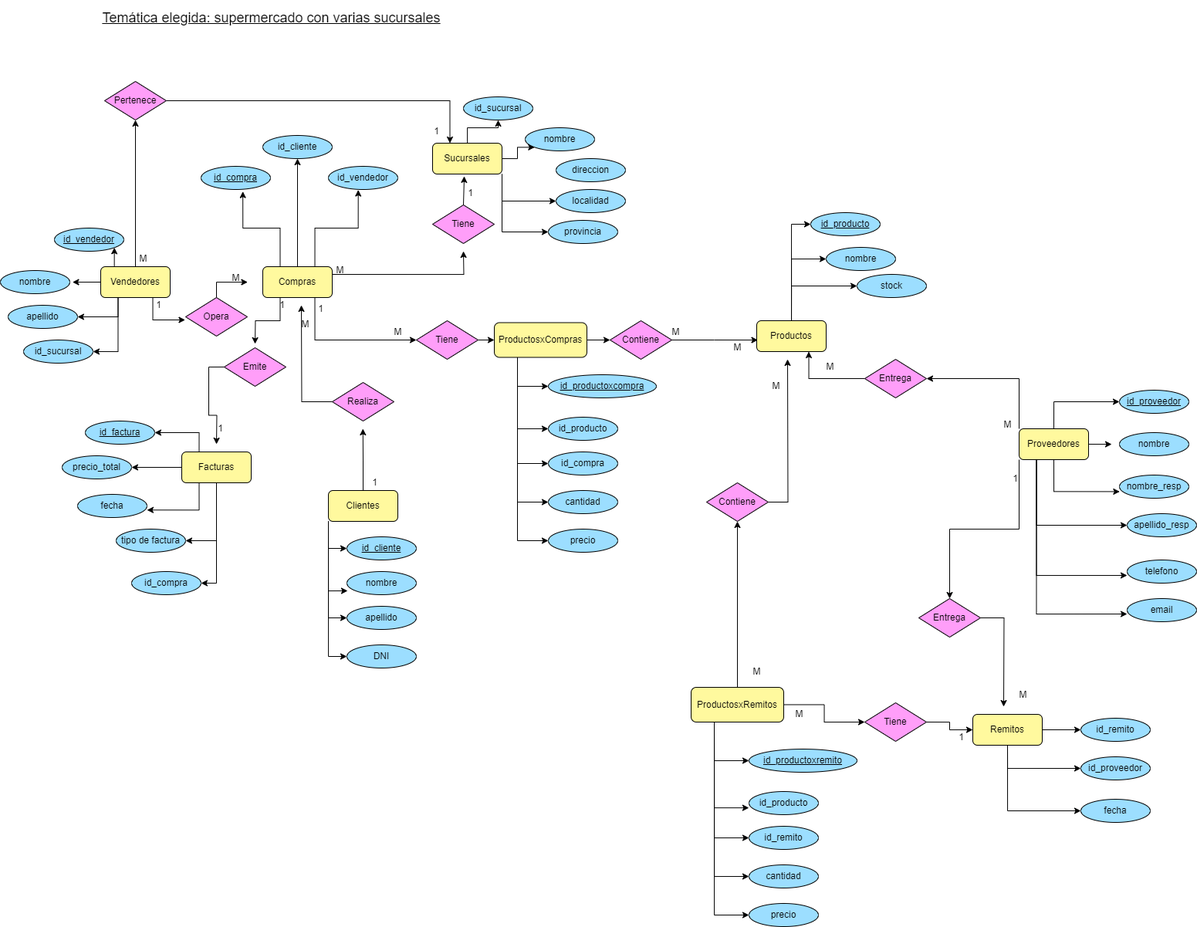
Before: DER-Curso-SQL.drawio.png, a diagram exported from draw.io (marcosegutierrez/proyecto-sql-coderhouse). Source tidied: cells renumbered, new cells last; positions are measured from the earlier drawing's top-left corner, leaving out a move shared by most shapes.
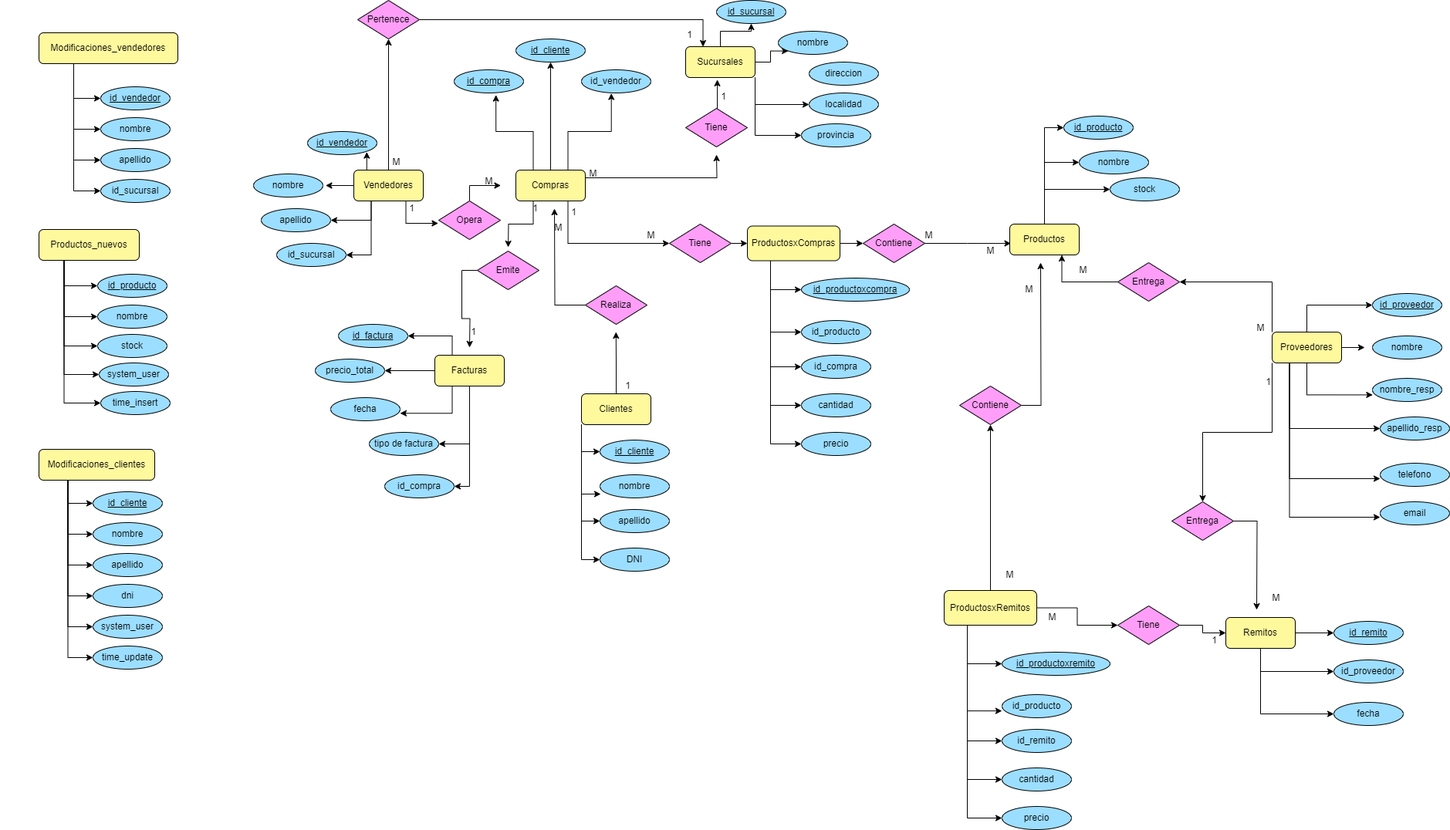
The same diagram one commit later.

What changed in the source:
```diff
@@ -2,8 +2,11 @@
   <root>
     <mxCell id="0" />
     <mxCell id="1" parent="0" />
-    <mxCell id="2" style="edgeStyle=orthogonalEdgeStyle;rounded=0;jettySize=auto;html=1;exitX=0.5;exitY=0;exitDx=0;exitDy=0;entryX=1;entryY=1;entryDx=0;entryDy=0;" parent="1" edge="1" source="6" target="28">
-      <mxGeometry relative="1" as="geometry" />
+    <mxCell id="2" style="edgeStyle=orthogonalEdgeStyle;rounded=0;orthogonalLoop=1;jettySize=auto;html=1;exitX=0.5;exitY=0;exitDx=0;exitDy=0;entryX=1;entryY=1;entryDx=0;entryDy=0;" parent="1" edge="1">
+      <mxGeometry relative="1" as="geometry">
+        <mxPoint x="175" y="346" as="sourcePoint" />
+        <mxPoint x="146.8" y="321.6" as="targetPoint" />
+      </mxGeometry>
     </mxCell>
     <mxCell id="3" style="edgeStyle=orthogonalEdgeStyle;rounded=0;jettySize=auto;html=1;exitX=0.25;exitY=1;exitDx=0;exitDy=0;entryX=1;entryY=0.5;entryDx=0;entryDy=0;" parent="1" edge="1" source="6" target="29">
       <mxGeometry relative="1" as="geometry" />
@@ -193,9 +196,6 @@
     <mxCell id="60" style="edgeStyle=orthogonalEdgeStyle;rounded=0;jettySize=auto;html=1;exitX=0.5;exitY=1;exitDx=0;exitDy=0;entryX=0.004;entryY=0.714;entryDx=0;entryDy=0;entryPerimeter=0;" parent="1" edge="1" source="26" target="59">
       <mxGeometry relative="1" as="geometry" />
     </mxCell>
-    <mxCell id="61" value="&lt;font style=&quot;font-size: 18px;&quot;&gt;&lt;u&gt;Temática elegida: supermercado con varias sucursales&lt;/u&gt;&lt;/font&gt;" style="text;html=1;strokeColor=none;fillColor=none;align=center;verticalAlign=middle;whiteSpace=wrap;rounded=0;" parent="1" vertex="1">
-      <mxGeometry x="109" width="485" height="45" as="geometry" />
-    </mxCell>
     <mxCell id="62" style="edgeStyle=orthogonalEdgeStyle;rounded=0;jettySize=auto;html=1;exitX=0.25;exitY=1;exitDx=0;exitDy=0;entryX=1;entryY=0.676;entryDx=0;entryDy=0;entryPerimeter=0;" parent="1" edge="1" source="15" target="48">
       <mxGeometry relative="1" as="geometry" />
     </mxCell>
@@ -247,7 +247,7 @@
     <mxCell id="78" value="Sucursales" style="rounded=1;whiteSpace=wrap;html=1;fillColor=#FFF99E;" parent="1" vertex="1">
       <mxGeometry x="560" y="185" width="90" height="40" as="geometry" />
     </mxCell>
-    <mxCell id="79" value="id_sucursal" style="ellipse;whiteSpace=wrap;html=1;fillColor=#9CDEFF;" parent="1" vertex="1">
+    <mxCell id="79" value="&lt;u&gt;id_sucursal&lt;/u&gt;" style="ellipse;whiteSpace=wrap;html=1;fillColor=#9CDEFF;" parent="1" vertex="1">
       <mxGeometry x="600" y="125" width="90" height="30" as="geometry" />
     </mxCell>
     <mxCell id="80" value="nombre" style="ellipse;whiteSpace=wrap;html=1;fillColor=#9CDEFF;" parent="1" vertex="1">
@@ -268,7 +268,7 @@
     <mxCell id="85" value="1" style="text;html=1;align=center;verticalAlign=middle;strokeColor=none;fillColor=none;" parent="1" vertex="1">
       <mxGeometry x="594" y="235" width="30" height="30" as="geometry" />
     </mxCell>
-    <mxCell id="86" value="id_cliente" style="ellipse;whiteSpace=wrap;html=1;fillColor=#9CDEFF;" parent="1" vertex="1">
+    <mxCell id="86" value="&lt;u&gt;id_cliente&lt;/u&gt;" style="ellipse;whiteSpace=wrap;html=1;fillColor=#9CDEFF;" parent="1" vertex="1">
       <mxGeometry x="340" y="175" width="90" height="30" as="geometry" />
     </mxCell>
     <mxCell id="87" value="id_vendedor" style="ellipse;whiteSpace=wrap;html=1;fillColor=#9CDEFF;" parent="1" vertex="1">
@@ -301,7 +301,7 @@
     <mxCell id="96" value="Remitos" style="rounded=1;whiteSpace=wrap;html=1;fillColor=#FFF99E;" parent="1" vertex="1">
       <mxGeometry x="1260" y="925" width="90" height="40" as="geometry" />
     </mxCell>
-    <mxCell id="97" value="id_remito" style="ellipse;whiteSpace=wrap;html=1;fillColor=#9CDEFF;" parent="1" vertex="1">
+    <mxCell id="97" value="&lt;u&gt;id_remito&lt;/u&gt;" style="ellipse;whiteSpace=wrap;html=1;fillColor=#9CDEFF;" parent="1" vertex="1">
       <mxGeometry x="1400" y="930" width="90" height="30" as="geometry" />
     </mxCell>
     <mxCell id="98" style="edgeStyle=orthogonalEdgeStyle;rounded=0;jettySize=auto;html=1;exitX=1;exitY=0.5;exitDx=0;exitDy=0;" parent="1" edge="1" source="99">
@@ -361,7 +361,7 @@
       <mxGeometry relative="1" as="geometry" />
     </mxCell>
     <mxCell id="116" value="Pertenece" style="rhombus;whiteSpace=wrap;html=1;fillColor=#FF9EF9;" parent="1" vertex="1">
-      <mxGeometry x="135" y="105" width="80" height="50" as="geometry" />
+      <mxGeometry x="135" y="125" width="80" height="50" as="geometry" />
     </mxCell>
     <mxCell id="117" value="localidad" style="ellipse;whiteSpace=wrap;html=1;fillColor=#9CDEFF;" parent="1" vertex="1">
       <mxGeometry x="720" y="245" width="90" height="30" as="geometry" />
@@ -473,5 +473,104 @@
     <mxCell id="152" value="1" style="text;html=1;align=center;verticalAlign=middle;strokeColor=none;fillColor=none;" parent="1" vertex="1">
       <mxGeometry x="1230" y="940" width="30" height="30" as="geometry" />
     </mxCell>
+    <mxCell id="153" style="edgeStyle=orthogonalEdgeStyle;rounded=0;jettySize=auto;html=1;exitX=0.25;exitY=1;exitDx=0;exitDy=0;entryX=0;entryY=0.5;entryDx=0;entryDy=0;" parent="1" edge="1" source="159" target="160">
+      <mxGeometry relative="1" as="geometry" />
+    </mxCell>
+    <mxCell id="154" style="edgeStyle=orthogonalEdgeStyle;rounded=0;jettySize=auto;html=1;exitX=0.25;exitY=1;exitDx=0;exitDy=0;entryX=0;entryY=0.5;entryDx=0;entryDy=0;" parent="1" edge="1" source="159" target="182">
+      <mxGeometry relative="1" as="geometry" />
+    </mxCell>
+    <mxCell id="155" style="edgeStyle=orthogonalEdgeStyle;rounded=0;jettySize=auto;html=1;exitX=0.25;exitY=1;exitDx=0;exitDy=0;entryX=0;entryY=0.5;entryDx=0;entryDy=0;" parent="1" edge="1" source="159" target="181">
+      <mxGeometry relative="1" as="geometry" />
+    </mxCell>
+    <mxCell id="156" style="edgeStyle=orthogonalEdgeStyle;rounded=0;jettySize=auto;html=1;exitX=0.25;exitY=1;exitDx=0;exitDy=0;entryX=0;entryY=0.5;entryDx=0;entryDy=0;" parent="1" edge="1" source="159" target="183">
+      <mxGeometry relative="1" as="geometry" />
+    </mxCell>
+    <mxCell id="157" style="edgeStyle=orthogonalEdgeStyle;rounded=0;jettySize=auto;html=1;exitX=0.25;exitY=1;exitDx=0;exitDy=0;entryX=0;entryY=0.5;entryDx=0;entryDy=0;" parent="1" edge="1" source="159" target="185">
+      <mxGeometry relative="1" as="geometry" />
+    </mxCell>
+    <mxCell id="158" style="edgeStyle=orthogonalEdgeStyle;rounded=0;jettySize=auto;html=1;exitX=0.25;exitY=1;exitDx=0;exitDy=0;entryX=0;entryY=0.5;entryDx=0;entryDy=0;" parent="1" edge="1" source="159" target="184">
+      <mxGeometry relative="1" as="geometry" />
+    </mxCell>
+    <mxCell id="159" value="Modificaciones_clientes" style="rounded=1;whiteSpace=wrap;html=1;fillColor=#FFF99E;" parent="1" vertex="1">
+      <mxGeometry x="-278" y="707" width="150" height="40" as="geometry" />
+    </mxCell>
+    <mxCell id="160" value="&lt;u&gt;id_cliente&lt;/u&gt;" style="ellipse;whiteSpace=wrap;html=1;fillColor=#9CDEFF;" parent="1" vertex="1">
+      <mxGeometry x="-208" y="762" width="90" height="30" as="geometry" />
+    </mxCell>
+    <mxCell id="161" style="edgeStyle=orthogonalEdgeStyle;rounded=0;jettySize=auto;html=1;exitX=0.25;exitY=1;exitDx=0;exitDy=0;entryX=0;entryY=0.5;entryDx=0;entryDy=0;" parent="1" edge="1" source="166" target="176">
+      <mxGeometry relative="1" as="geometry" />
+    </mxCell>
+    <mxCell id="162" style="edgeStyle=orthogonalEdgeStyle;rounded=0;jettySize=auto;html=1;exitX=0.25;exitY=1;exitDx=0;exitDy=0;entryX=0;entryY=0.5;entryDx=0;entryDy=0;" parent="1" edge="1" source="166" target="177">
+      <mxGeometry relative="1" as="geometry" />
+    </mxCell>
+    <mxCell id="163" style="edgeStyle=orthogonalEdgeStyle;rounded=0;jettySize=auto;html=1;exitX=0.25;exitY=1;exitDx=0;exitDy=0;entryX=0;entryY=0.5;entryDx=0;entryDy=0;" parent="1" edge="1" source="166" target="179">
+      <mxGeometry relative="1" as="geometry" />
+    </mxCell>
+    <mxCell id="164" style="edgeStyle=orthogonalEdgeStyle;rounded=0;jettySize=auto;html=1;exitX=0.25;exitY=1;exitDx=0;exitDy=0;entryX=0;entryY=0.5;entryDx=0;entryDy=0;" parent="1" edge="1" source="166" target="180">
+      <mxGeometry relative="1" as="geometry" />
+    </mxCell>
+    <mxCell id="165" style="edgeStyle=orthogonalEdgeStyle;rounded=0;jettySize=auto;html=1;exitX=0.25;exitY=1;exitDx=0;exitDy=0;entryX=0;entryY=0.5;entryDx=0;entryDy=0;" parent="1" edge="1" source="166" target="178">
+      <mxGeometry relative="1" as="geometry" />
+    </mxCell>
+    <mxCell id="166" value="&lt;table style=&quot;border-collapse:&lt;br/&gt; collapse;width:98pt&quot; width=&quot;131&quot; cellspacing=&quot;0&quot; cellpadding=&quot;0&quot; border=&quot;0&quot;&gt;&lt;tbody&gt;&lt;tr style=&quot;height:30.0pt&quot; height=&quot;40&quot;&gt;  &lt;td style=&quot;height:30.0pt;width:98pt&quot; width=&quot;131&quot; class=&quot;xl63&quot; height=&quot;40&quot;&gt;Productos_nuevos&lt;/td&gt;&lt;/tr&gt;&lt;/tbody&gt;&lt;/table&gt;" style="rounded=1;whiteSpace=wrap;html=1;fillColor=#FFF99E;" parent="1" vertex="1">
+      <mxGeometry x="-278" y="422" width="130" height="40" as="geometry" />
+    </mxCell>
+    <mxCell id="167" style="edgeStyle=orthogonalEdgeStyle;rounded=0;jettySize=auto;html=1;exitX=0.25;exitY=1;exitDx=0;exitDy=0;entryX=0;entryY=0.5;entryDx=0;entryDy=0;" parent="1" edge="1" source="171" target="172">
+      <mxGeometry relative="1" as="geometry" />
+    </mxCell>
+    <mxCell id="168" style="edgeStyle=orthogonalEdgeStyle;rounded=0;jettySize=auto;html=1;exitX=0.25;exitY=1;exitDx=0;exitDy=0;entryX=0;entryY=0.5;entryDx=0;entryDy=0;" parent="1" edge="1" source="171" target="173">
+      <mxGeometry relative="1" as="geometry" />
+    </mxCell>
+    <mxCell id="169" style="edgeStyle=orthogonalEdgeStyle;rounded=0;jettySize=auto;html=1;exitX=0.25;exitY=1;exitDx=0;exitDy=0;entryX=0;entryY=0.5;entryDx=0;entryDy=0;" parent="1" edge="1" source="171" target="174">
+      <mxGeometry relative="1" as="geometry" />
+    </mxCell>
+    <mxCell id="170" style="edgeStyle=orthogonalEdgeStyle;rounded=0;jettySize=auto;html=1;exitX=0.25;exitY=1;exitDx=0;exitDy=0;entryX=0;entryY=0.5;entryDx=0;entryDy=0;" parent="1" edge="1" source="171" target="175">
+      <mxGeometry relative="1" as="geometry" />
+    </mxCell>
+    <mxCell id="171" value="&lt;table style=&quot;border-collapse:&lt;br/&gt; collapse;width:210pt&quot; width=&quot;280&quot; cellspacing=&quot;0&quot; cellpadding=&quot;0&quot; border=&quot;0&quot;&gt;&lt;tbody&gt;&lt;tr style=&quot;height:30.0pt&quot; height=&quot;40&quot;&gt;  &lt;td style=&quot;height:30.0pt;width:210pt&quot; width=&quot;280&quot; class=&quot;xl65&quot; height=&quot;40&quot;&gt;Modificaciones_vendedores&lt;/td&gt;&lt;/tr&gt;&lt;/tbody&gt;&lt;/table&gt;" style="rounded=1;whiteSpace=wrap;html=1;fillColor=#FFF99E;" parent="1" vertex="1">
+      <mxGeometry x="-278" y="167" width="180" height="40" as="geometry" />
+    </mxCell>
+    <mxCell id="172" value="&lt;u&gt;id_vendedor&lt;/u&gt;" style="ellipse;whiteSpace=wrap;html=1;fillColor=#9CDEFF;" parent="1" vertex="1">
+      <mxGeometry x="-198" y="237" width="90" height="30" as="geometry" />
+    </mxCell>
+    <mxCell id="173" value="nombre" style="ellipse;whiteSpace=wrap;html=1;fillColor=#9CDEFF;" parent="1" vertex="1">
+      <mxGeometry x="-198" y="277" width="90" height="30" as="geometry" />
+    </mxCell>
+    <mxCell id="174" value="apellido" style="ellipse;whiteSpace=wrap;html=1;fillColor=#9CDEFF;" parent="1" vertex="1">
+      <mxGeometry x="-198" y="317" width="90" height="30" as="geometry" />
+    </mxCell>
+    <mxCell id="175" value="id_sucursal" style="ellipse;whiteSpace=wrap;html=1;fillColor=#9CDEFF;" parent="1" vertex="1">
+      <mxGeometry x="-198" y="357" width="90" height="30" as="geometry" />
+    </mxCell>
+    <mxCell id="176" value="&lt;u&gt;id_producto&lt;/u&gt;" style="ellipse;whiteSpace=wrap;html=1;fillColor=#9CDEFF;" parent="1" vertex="1">
+      <mxGeometry x="-202" y="480" width="90" height="30" as="geometry" />
+    </mxCell>
+    <mxCell id="177" value="nombre" style="ellipse;whiteSpace=wrap;html=1;fillColor=#9CDEFF;" parent="1" vertex="1">
+      <mxGeometry x="-202" y="520" width="90" height="30" as="geometry" />
+    </mxCell>
+    <mxCell id="178" value="time_insert" style="ellipse;whiteSpace=wrap;html=1;fillColor=#9CDEFF;" parent="1" vertex="1">
+      <mxGeometry x="-198" y="632" width="90" height="30" as="geometry" />
+    </mxCell>
+    <mxCell id="179" value="stock" style="ellipse;whiteSpace=wrap;html=1;fillColor=#9CDEFF;" parent="1" vertex="1">
+      <mxGeometry x="-202" y="558" width="90" height="30" as="geometry" />
+    </mxCell>
+    <mxCell id="180" value="system_user" style="ellipse;whiteSpace=wrap;html=1;fillColor=#9CDEFF;" parent="1" vertex="1">
+      <mxGeometry x="-200" y="595" width="90" height="30" as="geometry" />
+    </mxCell>
+    <mxCell id="181" value="apellido" style="ellipse;whiteSpace=wrap;html=1;fillColor=#9CDEFF;" parent="1" vertex="1">
+      <mxGeometry x="-208" y="842" width="90" height="30" as="geometry" />
+    </mxCell>
+    <mxCell id="182" value="nombre" style="ellipse;whiteSpace=wrap;html=1;fillColor=#9CDEFF;" parent="1" vertex="1">
+      <mxGeometry x="-208" y="802" width="90" height="30" as="geometry" />
+    </mxCell>
+    <mxCell id="183" value="dni" style="ellipse;whiteSpace=wrap;html=1;fillColor=#9CDEFF;" parent="1" vertex="1">
+      <mxGeometry x="-208" y="882" width="90" height="30" as="geometry" />
+    </mxCell>
+    <mxCell id="184" value="time_update" style="ellipse;whiteSpace=wrap;html=1;fillColor=#9CDEFF;" parent="1" vertex="1">
+      <mxGeometry x="-208" y="962" width="90" height="30" as="geometry" />
+    </mxCell>
+    <mxCell id="185" value="system_user" style="ellipse;whiteSpace=wrap;html=1;fillColor=#9CDEFF;" parent="1" vertex="1">
+      <mxGeometry x="-208" y="922" width="90" height="30" as="geometry" />
+    </mxCell>
   </root>
 </mxGraphModel>
```
